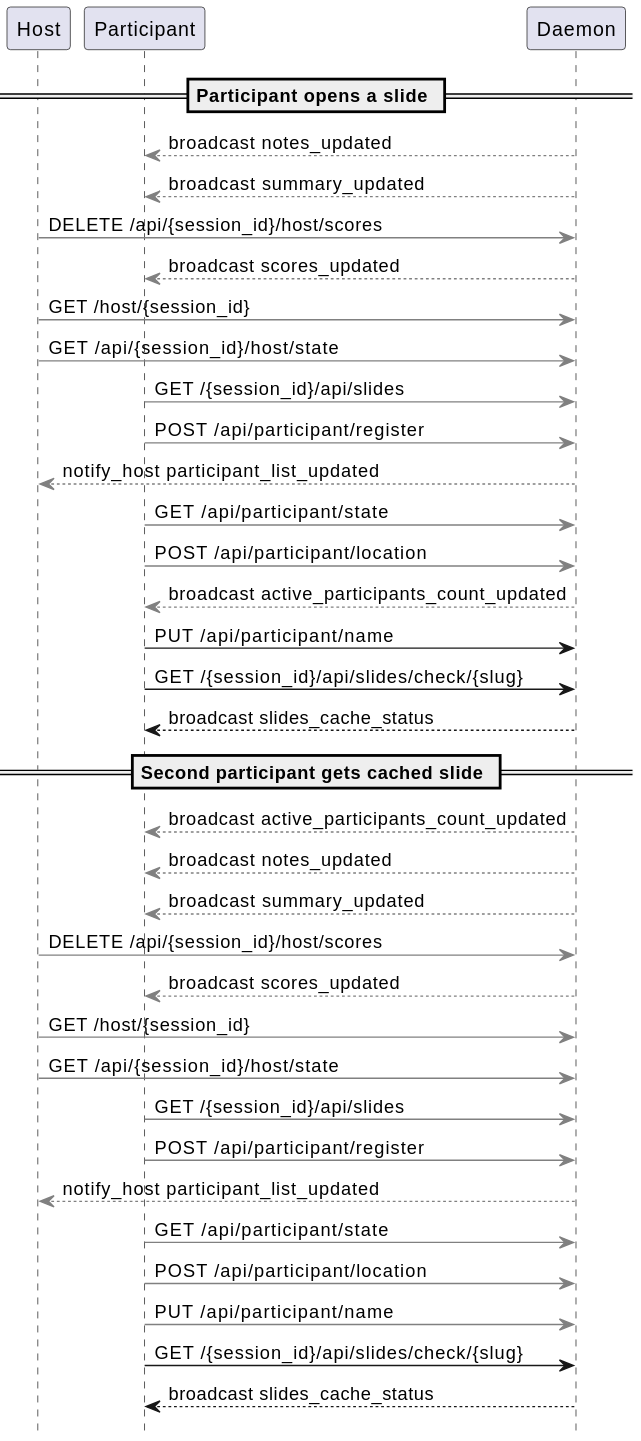
Above: docs/sequences/extracted/svg/06-slides.svg in victorrentea/training-assistant (PlantUML), before the change.
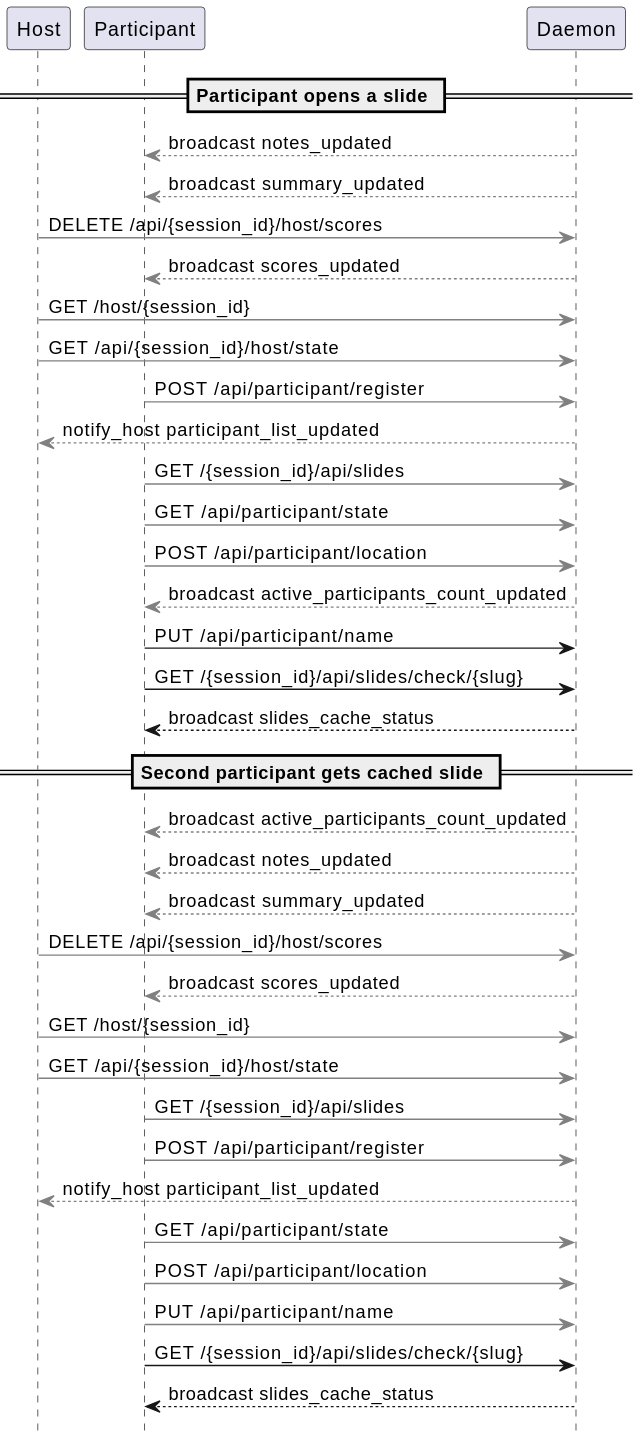
After the commit.

Commit message:
docs: regenerated slides sequence diagram after reconnect broadcast removal

The edit, as a diff of the source:
```diff
@@ -12,9 +12,9 @@
 "Daemon" [#gray]--> "Participant": broadcast scores_updated
 "Host" [#gray]-> "Daemon": GET /host/{session_id}
 "Host" [#gray]-> "Daemon": GET /api/{session_id}/host/state
-"Participant" [#gray]-> "Daemon": GET /{session_id}/api/slides
 "Participant" [#gray]-> "Daemon": POST /api/participant/register
 "Daemon" [#gray]--> "Host": notify_host participant_list_updated
+"Participant" [#gray]-> "Daemon": GET /{session_id}/api/slides
 "Participant" [#gray]-> "Daemon": GET /api/participant/state
 "Participant" [#gray]-> "Daemon": POST /api/participant/location
 "Daemon" [#gray]--> "Participant": broadcast active_participants_count_updated
```
